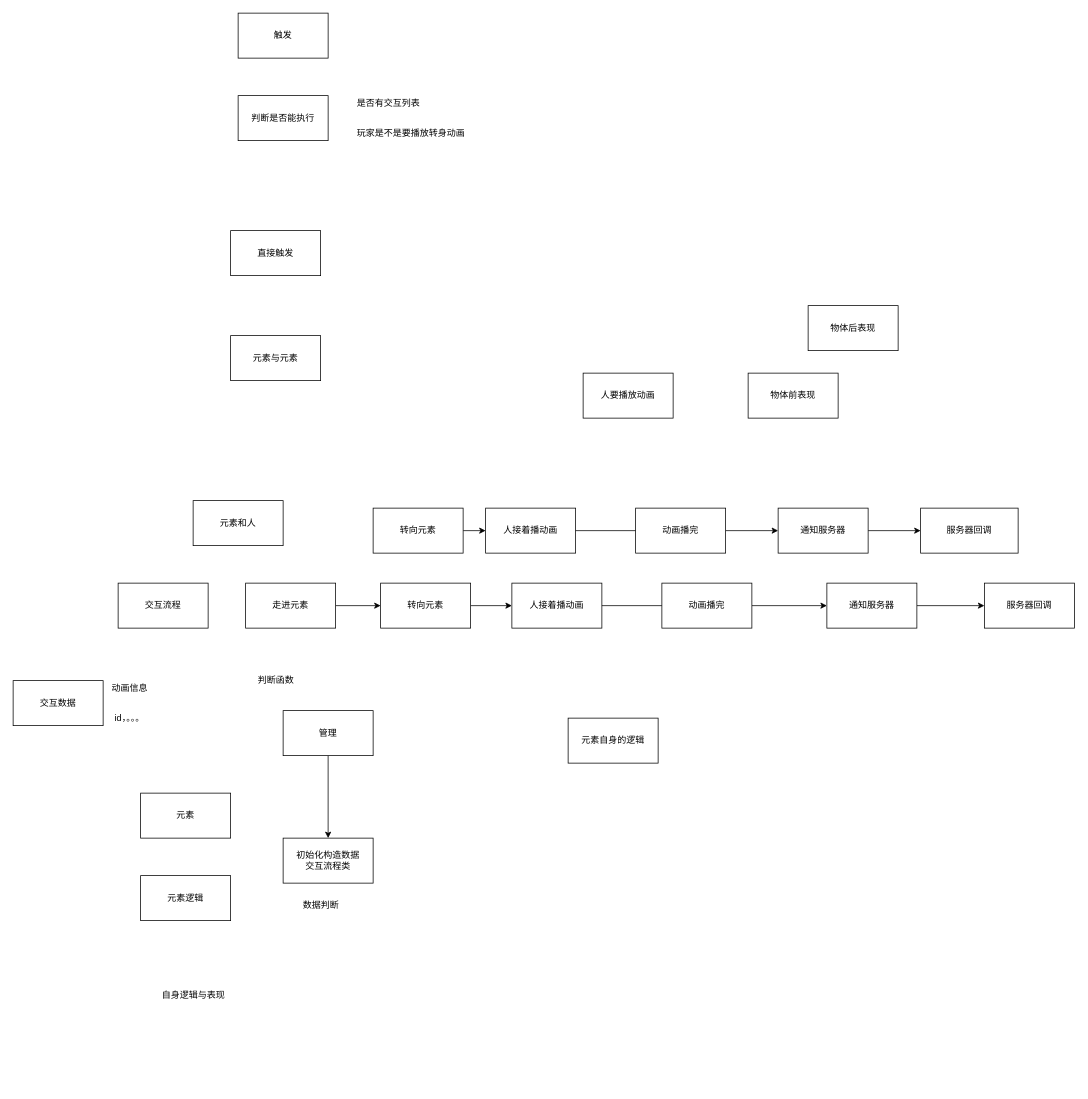
Earlier version of the draw.io diagram page "第 3 页" (3 of 4) of 交互.drawio (1995zmj/DesignPatterns_UE). Source tidied: cells renumbered, new cells numbered last; positions are measured from the earlier drawing's top-left corner, leaving out a move shared by most shapes. Both pictures are drawn from the tidied source at 75%, with x=0, y=0 at pixel (13, 13).
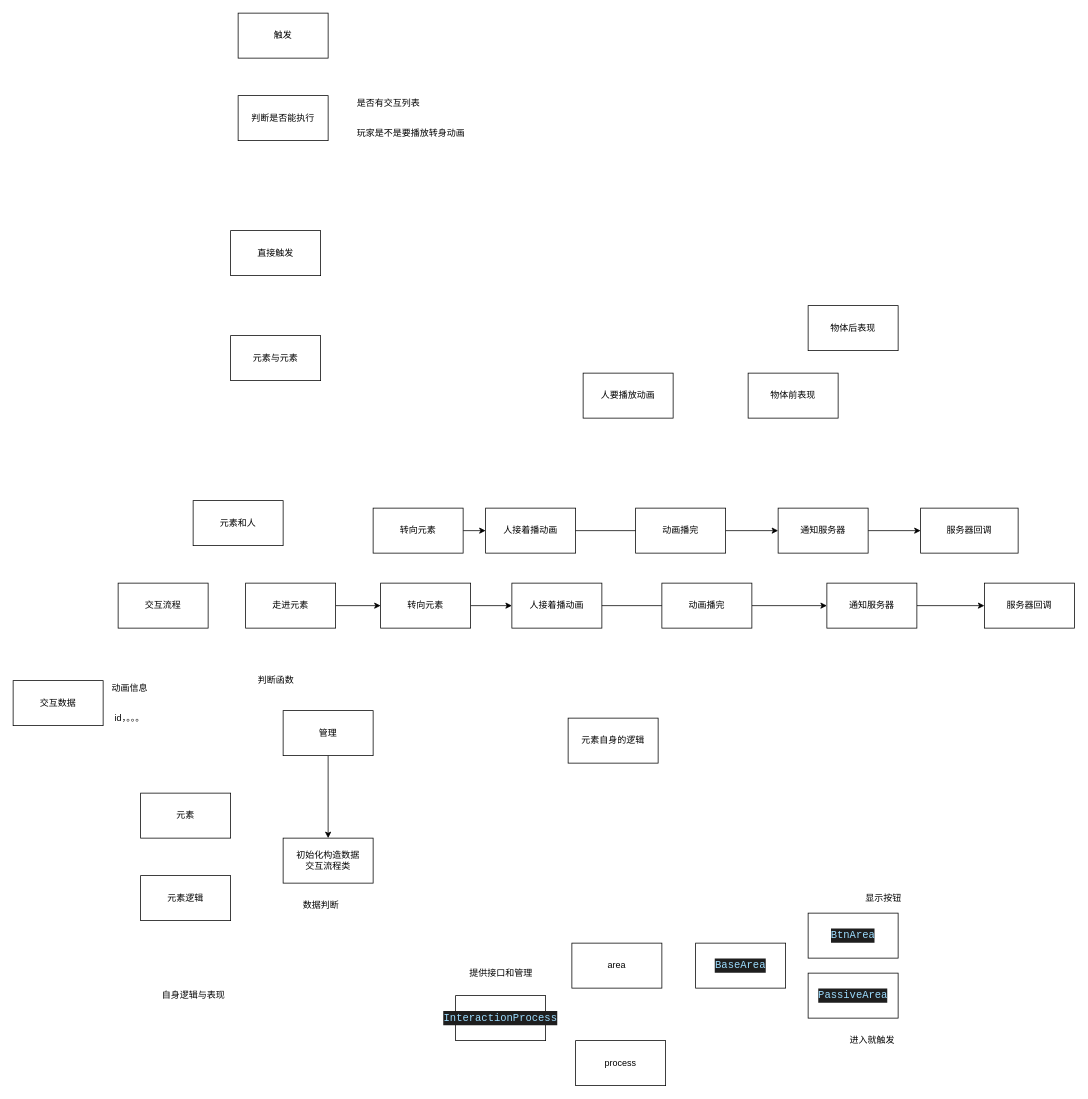
Above is the later version.

What changed in the source:
```diff
@@
+    <mxCell id="45" value="&lt;div style=&quot;color: rgb(212 , 212 , 212) ; background-color: rgb(30 , 30 , 30) ; font-family: &amp;#34;consolas&amp;#34; , &amp;#34;courier new&amp;#34; , monospace ; font-size: 14px ; line-height: 19px&quot;&gt;&lt;span style=&quot;color: #9cdcfe&quot;&gt;InteractionProcess&lt;/span&gt;&lt;/div&gt;" style="whiteSpace=wrap;html=1;" parent="1" vertex="1">
+      <mxGeometry x="590" y="1310" width="120" height="60" as="geometry" />
+    </mxCell>
+    <mxCell id="46" value="area" style="whiteSpace=wrap;html=1;" parent="1" vertex="1">
+      <mxGeometry x="745" y="1240" width="120" height="60" as="geometry" />
+    </mxCell>
+    <mxCell id="47" value="process" style="whiteSpace=wrap;html=1;" parent="1" vertex="1">
+      <mxGeometry x="750" y="1370" width="120" height="60" as="geometry" />
+    </mxCell>
+    <mxCell id="48" value="&lt;div style=&quot;color: rgb(212 , 212 , 212) ; background-color: rgb(30 , 30 , 30) ; font-family: &amp;#34;consolas&amp;#34; , &amp;#34;courier new&amp;#34; , monospace ; font-size: 14px ; line-height: 19px&quot;&gt;&lt;span style=&quot;color: #9cdcfe&quot;&gt;BaseArea&lt;/span&gt;&lt;/div&gt;" style="whiteSpace=wrap;html=1;" parent="1" vertex="1">
+      <mxGeometry x="910" y="1240" width="120" height="60" as="geometry" />
+    </mxCell>
+    <mxCell id="49" value="&lt;div style=&quot;color: rgb(212 , 212 , 212) ; background-color: rgb(30 , 30 , 30) ; font-family: &amp;#34;consolas&amp;#34; , &amp;#34;courier new&amp;#34; , monospace ; font-size: 14px ; line-height: 19px&quot;&gt;&lt;span style=&quot;color: #9cdcfe&quot;&gt;BtnArea&lt;/span&gt;&lt;/div&gt;" style="whiteSpace=wrap;html=1;" parent="1" vertex="1">
+      <mxGeometry x="1060" y="1200" width="120" height="60" as="geometry" />
+    </mxCell>
+    <mxCell id="50" value="&lt;div style=&quot;color: rgb(212 , 212 , 212) ; background-color: rgb(30 , 30 , 30) ; font-family: &amp;#34;consolas&amp;#34; , &amp;#34;courier new&amp;#34; , monospace ; font-size: 14px ; line-height: 19px&quot;&gt;&lt;span style=&quot;color: #9cdcfe&quot;&gt;PassiveArea&lt;/span&gt;&lt;/div&gt;" style="whiteSpace=wrap;html=1;" parent="1" vertex="1">
+      <mxGeometry x="1060" y="1280" width="120" height="60" as="geometry" />
+    </mxCell>
+    <mxCell id="51" value="显示按钮" style="text;html=1;align=center;verticalAlign=middle;strokeColor=none;fillColor=none;" parent="1" vertex="1">
+      <mxGeometry x="1130" y="1170" width="60" height="20" as="geometry" />
+    </mxCell>
+    <mxCell id="52" value="进入就触发" style="text;html=1;align=center;verticalAlign=middle;strokeColor=none;fillColor=none;" parent="1" vertex="1">
+      <mxGeometry x="1105" y="1360" width="80" height="20" as="geometry" />
+    </mxCell>
+    <mxCell id="53" value="提供接口和管理" style="text;html=1;align=center;verticalAlign=middle;strokeColor=none;fillColor=none;" parent="1" vertex="1">
+      <mxGeometry x="600" y="1270" width="100" height="20" as="geometry" />
+    </mxCell>
```
